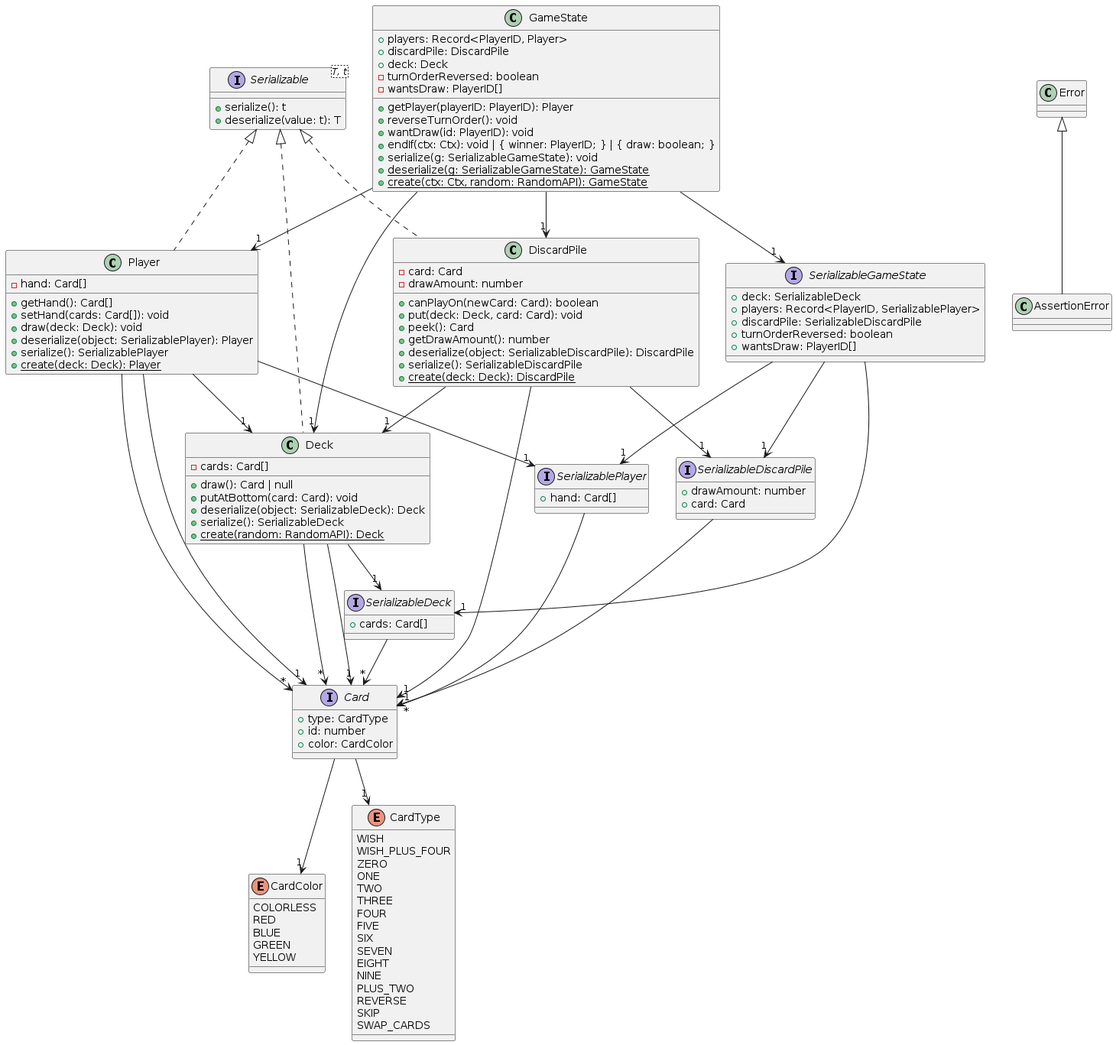
This is docs/class_diagram.png from oskardotglobal/dos, a PlantUML export, as it was before one commit.
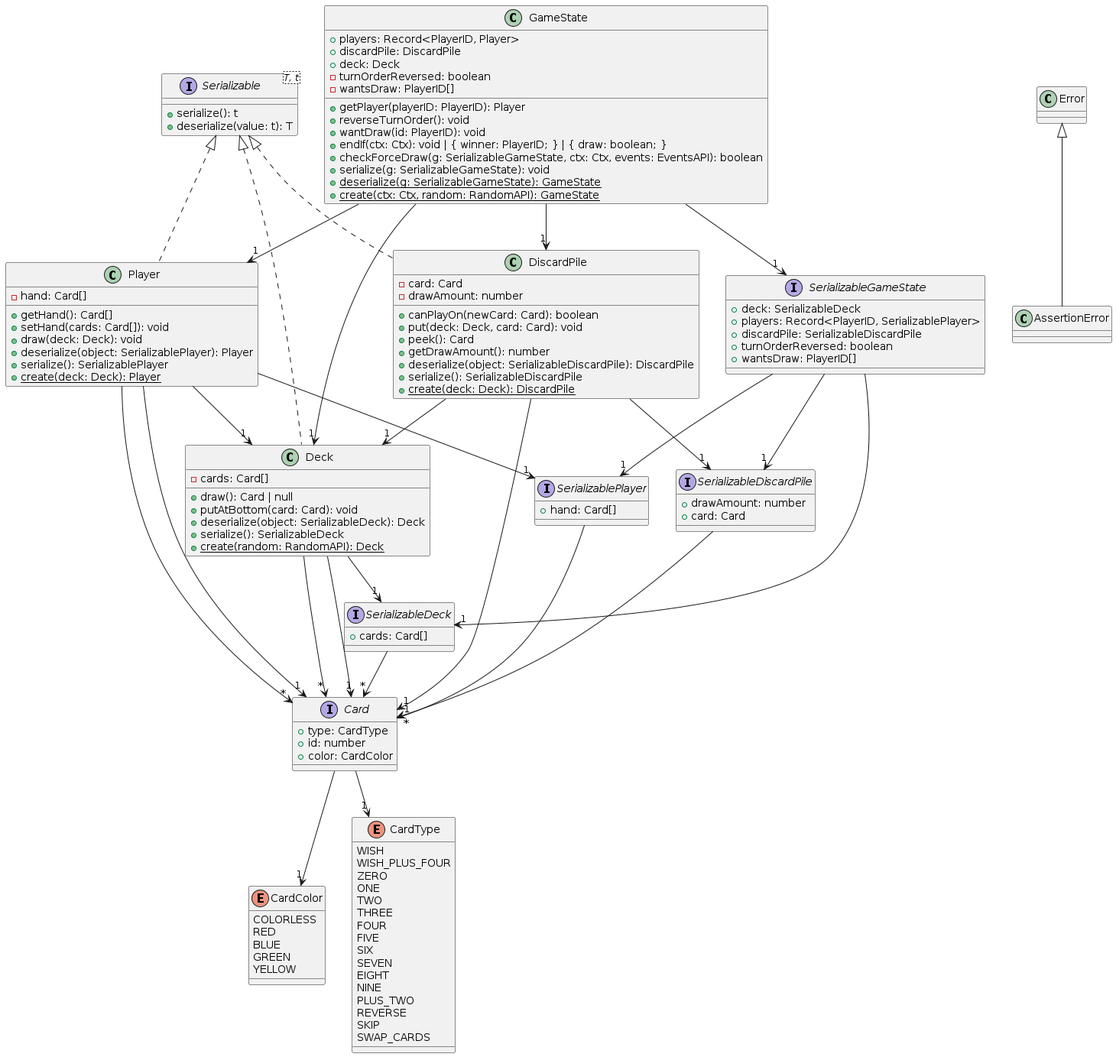
The same file after the commit.

Commit message:
Update class diagram

Diff of the diagram source:
```diff
@@ -83,6 +83,7 @@
     +reverseTurnOrder(): void
     +wantDraw(id: PlayerID): void
     +endIf(ctx: Ctx): void | { winner: PlayerID; } | { draw: boolean; }
+    +checkForceDraw(g: SerializableGameState, ctx: Ctx, events: EventsAPI): boolean
     +serialize(g: SerializableGameState): void
     +{static} deserialize(g: SerializableGameState): GameState
     +{static} create(ctx: Ctx, random: RandomAPI): GameState
```
